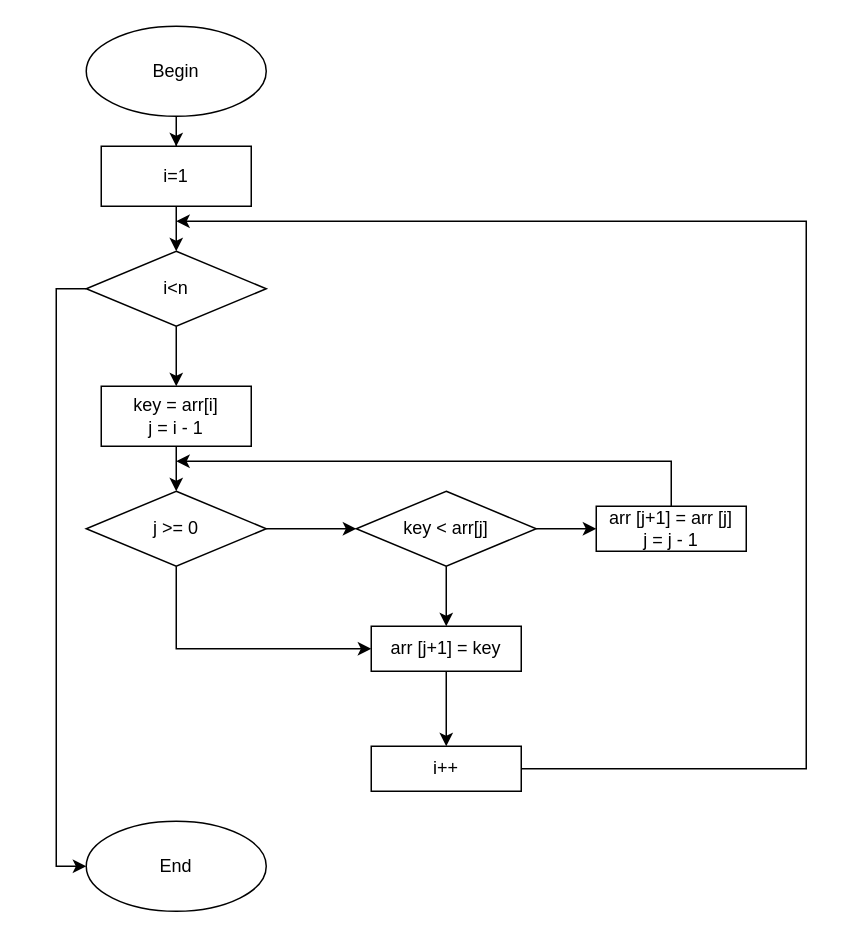
The draw.io diagram Sort.drawio in 106210049/OOP_excercise, before the edit. Source tidied: cells renumbered, new cells numbered last; positions are measured from the earlier drawing's top-left corner, leaving out a move shared by most shapes. Both pictures are drawn from the tidied source at 150%, with x=0, y=0 at pixel (56, 26).
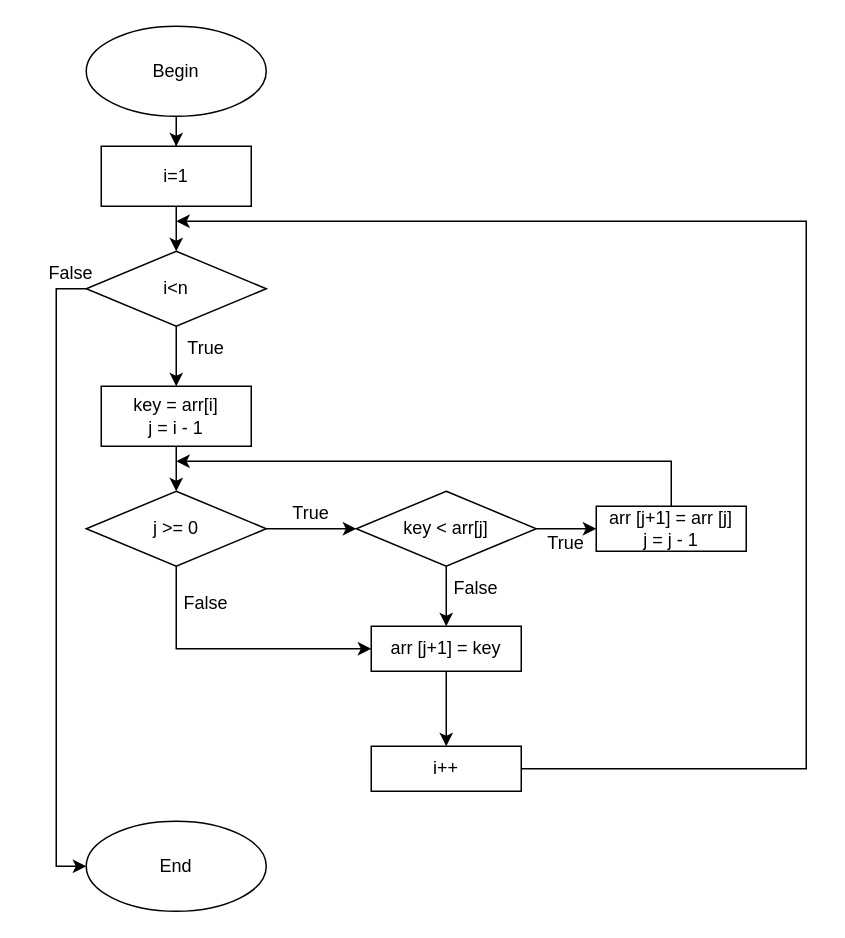
The same diagram, later.

Diff of the diagram source:
```diff
@@
+    <mxCell id="24" value="True" style="text;strokeColor=none;align=center;fillColor=none;html=1;verticalAlign=middle;whiteSpace=wrap;rounded=0;" parent="1" vertex="1">
+      <mxGeometry x="70" y="200" width="60" height="30" as="geometry" />
+    </mxCell>
+    <mxCell id="25" value="True" style="text;strokeColor=none;align=center;fillColor=none;html=1;verticalAlign=middle;whiteSpace=wrap;rounded=0;" parent="1" vertex="1">
+      <mxGeometry x="140" y="310" width="60" height="30" as="geometry" />
+    </mxCell>
+    <mxCell id="26" value="True" style="text;strokeColor=none;align=center;fillColor=none;html=1;verticalAlign=middle;whiteSpace=wrap;rounded=0;" parent="1" vertex="1">
+      <mxGeometry x="310" y="330" width="60" height="30" as="geometry" />
+    </mxCell>
+    <mxCell id="27" value="False" style="text;strokeColor=none;align=center;fillColor=none;html=1;verticalAlign=middle;whiteSpace=wrap;rounded=0;" parent="1" vertex="1">
+      <mxGeometry x="250" y="360" width="60" height="30" as="geometry" />
+    </mxCell>
+    <mxCell id="28" value="False" style="text;strokeColor=none;align=center;fillColor=none;html=1;verticalAlign=middle;whiteSpace=wrap;rounded=0;" parent="1" vertex="1">
+      <mxGeometry x="70" y="370" width="60" height="30" as="geometry" />
+    </mxCell>
+    <mxCell id="29" value="False" style="text;strokeColor=none;align=center;fillColor=none;html=1;verticalAlign=middle;whiteSpace=wrap;rounded=0;" parent="1" vertex="1">
+      <mxGeometry x="-20" y="150" width="60" height="30" as="geometry" />
+    </mxCell>
```
